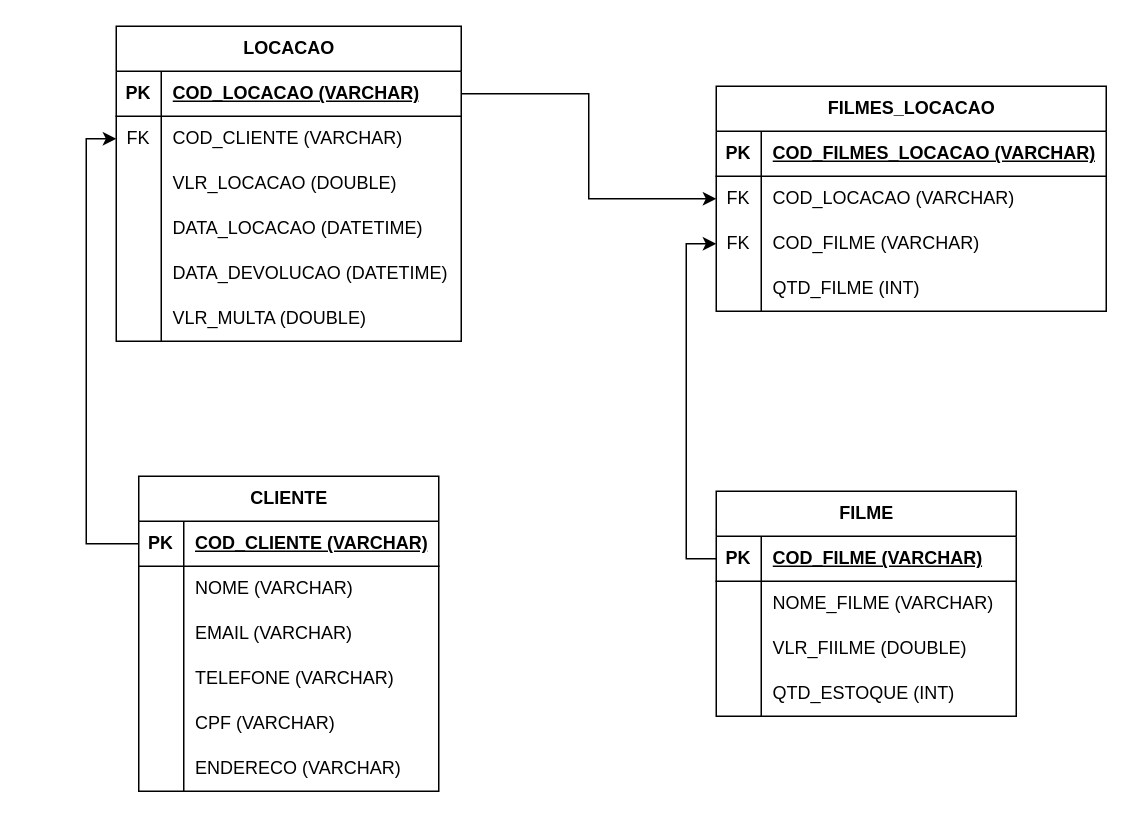
Earlier version of the draw.io diagram Locadora.drawio (jennifergomes/BD). Source tidied: cells renumbered, new cells numbered last; positions are measured from the earlier drawing's top-left corner, leaving out a move shared by most shapes. Both pictures are drawn from the tidied source at 150%, with x=0, y=0 at pixel (116, 26).
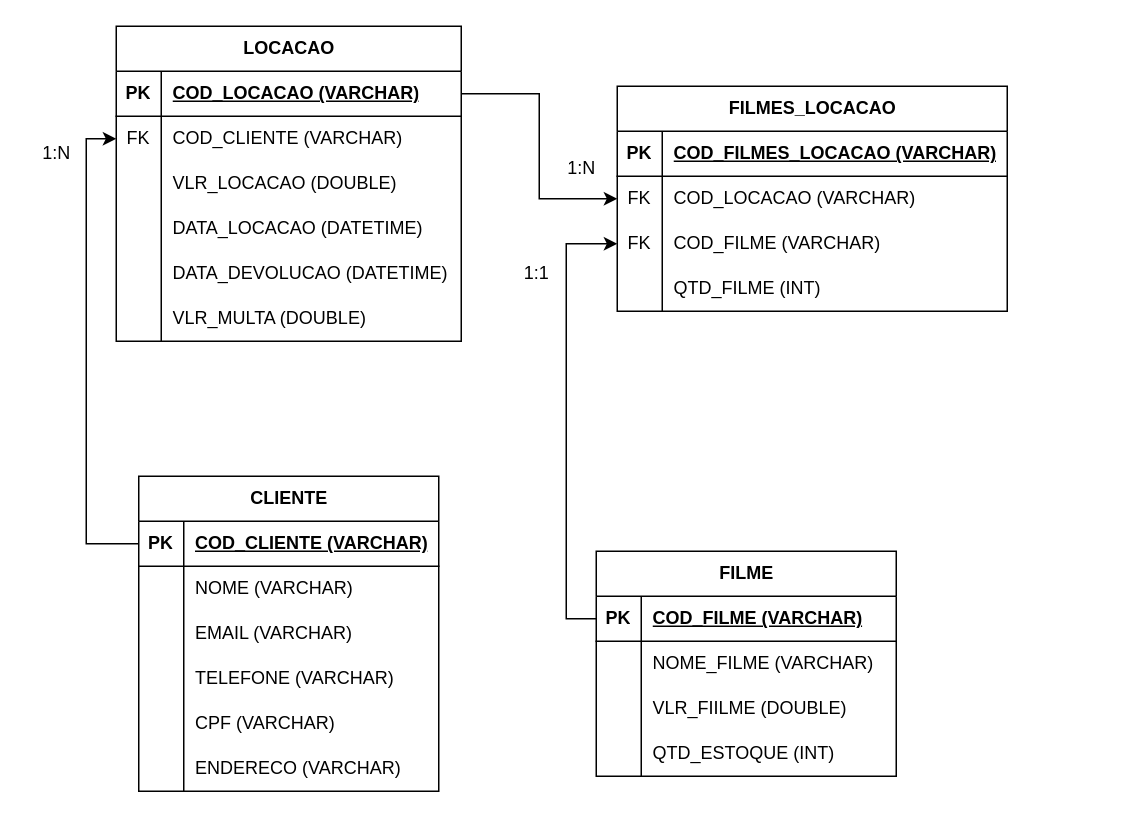
The same diagram, later.

Diff of the diagram source:
```diff
@@
     <mxCell id="2" value="FILMES_LOCACAO" style="shape=table;startSize=30;childLayout=tableLayout;rowLines=0;fontStyle=1;align=center;html=1;" parent="1" vertex="1">
-      <mxGeometry x="400" y="40" width="260" height="150" as="geometry" />
+      <mxGeometry x="334" y="40" width="260" height="150" as="geometry" />
     </mxCell>
@@
     <mxCell id="53" value="FILME" style="shape=table;startSize=30;childLayout=tableLayout;rowLines=0;fontStyle=1;align=center;html=1;" parent="1" vertex="1">
-      <mxGeometry x="400" y="310" width="200" height="150" as="geometry" />
+      <mxGeometry x="320" y="350" width="200" height="150" as="geometry" />
     </mxCell>
@@
+    <mxCell id="69" value="1:N" style="text;html=1;align=center;verticalAlign=middle;strokeColor=none;fillColor=none;" parent="1" vertex="1">
+      <mxGeometry x="290" y="80" width="40" height="30" as="geometry" />
+    </mxCell>
+    <mxCell id="70" value="1:N" style="text;html=1;align=center;verticalAlign=middle;strokeColor=none;fillColor=none;" parent="1" vertex="1">
+      <mxGeometry x="-60" y="70" width="40" height="30" as="geometry" />
+    </mxCell>
+    <mxCell id="71" value="1:1" style="text;html=1;align=center;verticalAlign=middle;strokeColor=none;fillColor=none;" parent="1" vertex="1">
+      <mxGeometry x="260" y="150" width="40" height="30" as="geometry" />
+    </mxCell>
```
